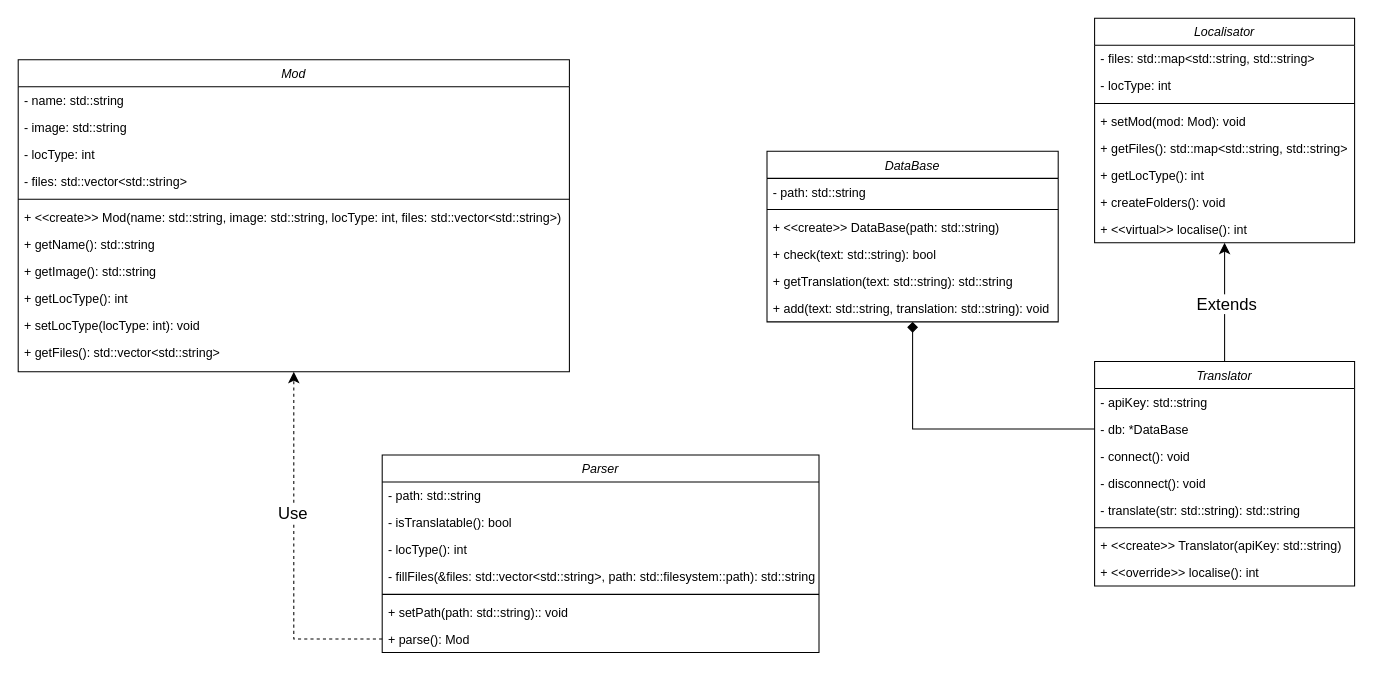
Before: StellarisMT.drawio in trpo2023/cw-ip-215_stellaris-mods-translator, a draw.io diagram. Source tidied: cells renumbered, new cells numbered last; positions are measured from the earlier drawing's top-left corner, leaving out a move shared by most shapes. Both pictures are drawn from the tidied source at 104%, with x=0, y=0 at pixel (18, 18).
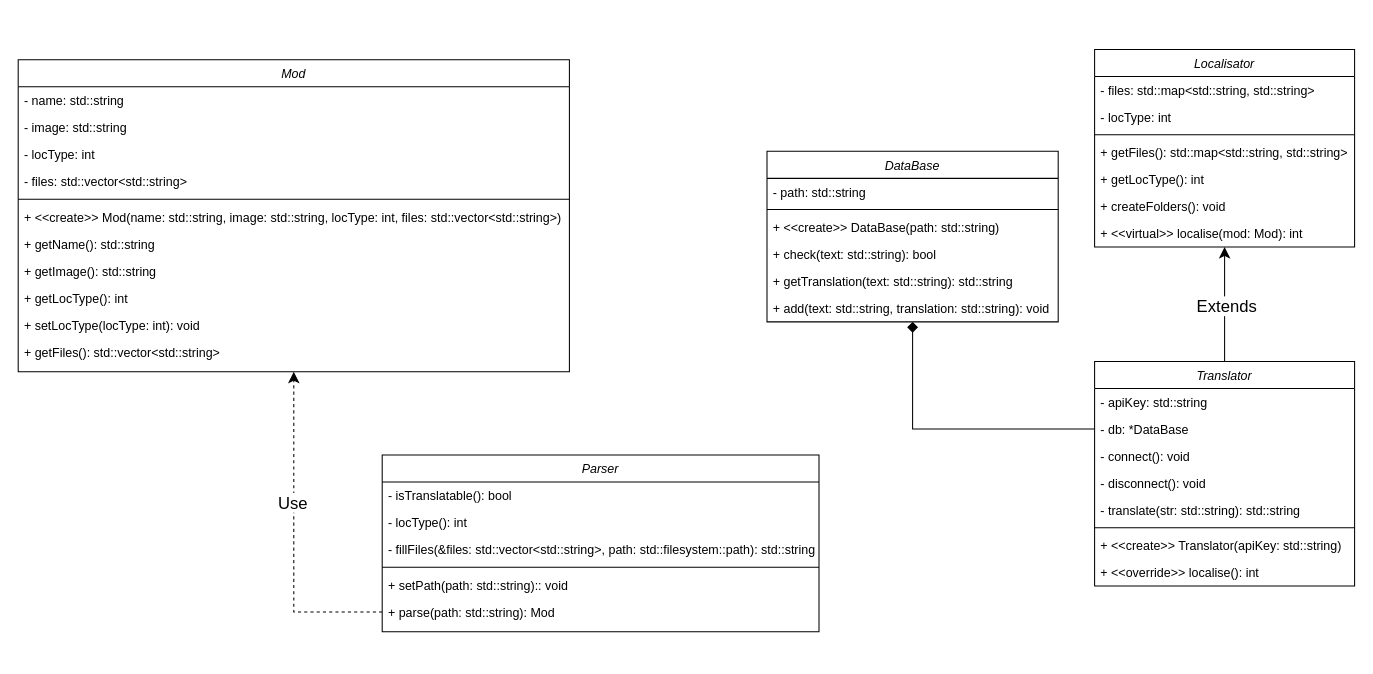
Above is the later version.

The edit, as a diff of the source:
```diff
@@
     <mxCell id="14" value="Parser" style="swimlane;fontStyle=2;align=center;verticalAlign=top;horizontal=1;startSize=26;rounded=0;shadow=0;strokeWidth=1;" parent="1" vertex="1">
-      <mxGeometry x="350" y="420" width="420" height="190" as="geometry" />
+      <mxGeometry x="350" y="420" width="420" height="170" as="geometry" />
     </mxCell>
-    <mxCell id="15" value="- path: std::string" style="text;align=left;verticalAlign=top;spacingLeft=4;spacingRight=4;overflow=hidden;" parent="14" vertex="1">
-      <mxGeometry y="26" width="420" height="26" as="geometry" />
-    </mxCell>
     <mxCell id="16" value="- isTranslatable(): bool" style="text;align=left;verticalAlign=top;spacingLeft=4;spacingRight=4;overflow=hidden;rounded=0;shadow=0;html=0;" parent="14" vertex="1">
-      <mxGeometry y="52" width="420" height="26" as="geometry" />
+      <mxGeometry y="26" width="420" height="26" as="geometry" />
     </mxCell>
     <mxCell id="17" value="- locType(): int" style="text;align=left;verticalAlign=top;spacingLeft=4;spacingRight=4;overflow=hidden;rounded=0;shadow=0;html=0;" parent="14" vertex="1">
-      <mxGeometry y="78" width="420" height="26" as="geometry" />
+      <mxGeometry y="52" width="420" height="26" as="geometry" />
     </mxCell>
     <mxCell id="18" value="- fillFiles(&amp;files: std::vector&lt;std::string&gt;, path: std::filesystem::path): std::string" style="text;align=left;verticalAlign=top;spacingLeft=4;spacingRight=4;overflow=hidden;rounded=0;shadow=0;html=0;" parent="14" vertex="1">
-      <mxGeometry y="104" width="420" height="26" as="geometry" />
+      <mxGeometry y="78" width="420" height="26" as="geometry" />
     </mxCell>
     <mxCell id="19" style="line;html=1;strokeWidth=1;align=left;verticalAlign=middle;spacingTop=-1;spacingLeft=3;spacingRight=3;labelPosition=right;" parent="14" vertex="1">
-      <mxGeometry y="130" width="420" height="8" as="geometry" />
+      <mxGeometry y="104" width="420" height="8" as="geometry" />
     </mxCell>
     <mxCell id="20" value="+ setPath(path: std::string):: void" style="text;align=left;verticalAlign=top;spacingLeft=4;spacingRight=4;overflow=hidden;" parent="14" vertex="1">
-      <mxGeometry y="138" width="420" height="26" as="geometry" />
+      <mxGeometry y="112" width="420" height="26" as="geometry" />
     </mxCell>
-    <mxCell id="21" value="+ parse(): Mod" style="text;align=left;verticalAlign=top;spacingLeft=4;spacingRight=4;overflow=hidden;points=[[0,0.5],[1,0.5]];portConstraint=eastwest;" parent="14" vertex="1">
-      <mxGeometry y="164" width="420" height="26" as="geometry" />
+    <mxCell id="21" value="+ parse(path: std::string): Mod" style="text;align=left;verticalAlign=top;spacingLeft=4;spacingRight=4;overflow=hidden;points=[[0,0.5],[1,0.5]];portConstraint=eastwest;" parent="14" vertex="1">
+      <mxGeometry y="138" width="420" height="26" as="geometry" />
     </mxCell>
     <mxCell id="22" value="Localisator" style="swimlane;fontStyle=2;align=center;verticalAlign=top;horizontal=1;startSize=26;rounded=0;shadow=0;strokeWidth=1;" parent="1" vertex="1">
-      <mxGeometry x="1035" width="250" height="216" as="geometry" />
+      <mxGeometry x="1035" y="30" width="250" height="190" as="geometry" />
     </mxCell>
@@
-    <mxCell id="26" value="+ setMod(mod: Mod): void" style="text;align=left;verticalAlign=top;spacingLeft=4;spacingRight=4;overflow=hidden;" parent="22" vertex="1">
-      <mxGeometry y="86" width="250" height="26" as="geometry" />
-    </mxCell>
     <mxCell id="27" value="+ getFiles(): std::map&lt;std::string, std::string&gt;" style="text;align=left;verticalAlign=top;spacingLeft=4;spacingRight=4;overflow=hidden;" parent="22" vertex="1">
-      <mxGeometry y="112" width="250" height="26" as="geometry" />
+      <mxGeometry y="86" width="250" height="26" as="geometry" />
     </mxCell>
     <mxCell id="28" value="+ getLocType(): int" style="text;align=left;verticalAlign=top;spacingLeft=4;spacingRight=4;overflow=hidden;" parent="22" vertex="1">
-      <mxGeometry y="138" width="250" height="26" as="geometry" />
+      <mxGeometry y="112" width="250" height="26" as="geometry" />
     </mxCell>
     <mxCell id="29" value="+ createFolders(): void" style="text;align=left;verticalAlign=top;spacingLeft=4;spacingRight=4;overflow=hidden;" parent="22" vertex="1">
-      <mxGeometry y="164" width="250" height="26" as="geometry" />
+      <mxGeometry y="138" width="250" height="26" as="geometry" />
     </mxCell>
-    <mxCell id="30" value="+ &lt;&lt;virtual&gt;&gt; localise(): int" style="text;align=left;verticalAlign=top;spacingLeft=4;spacingRight=4;overflow=hidden;" parent="22" vertex="1">
-      <mxGeometry y="190" width="250" height="26" as="geometry" />
+    <mxCell id="30" value="+ &lt;&lt;virtual&gt;&gt; localise(mod: Mod): int" style="text;align=left;verticalAlign=top;spacingLeft=4;spacingRight=4;overflow=hidden;" parent="22" vertex="1">
+      <mxGeometry y="164" width="250" height="26" as="geometry" />
     </mxCell>
```
